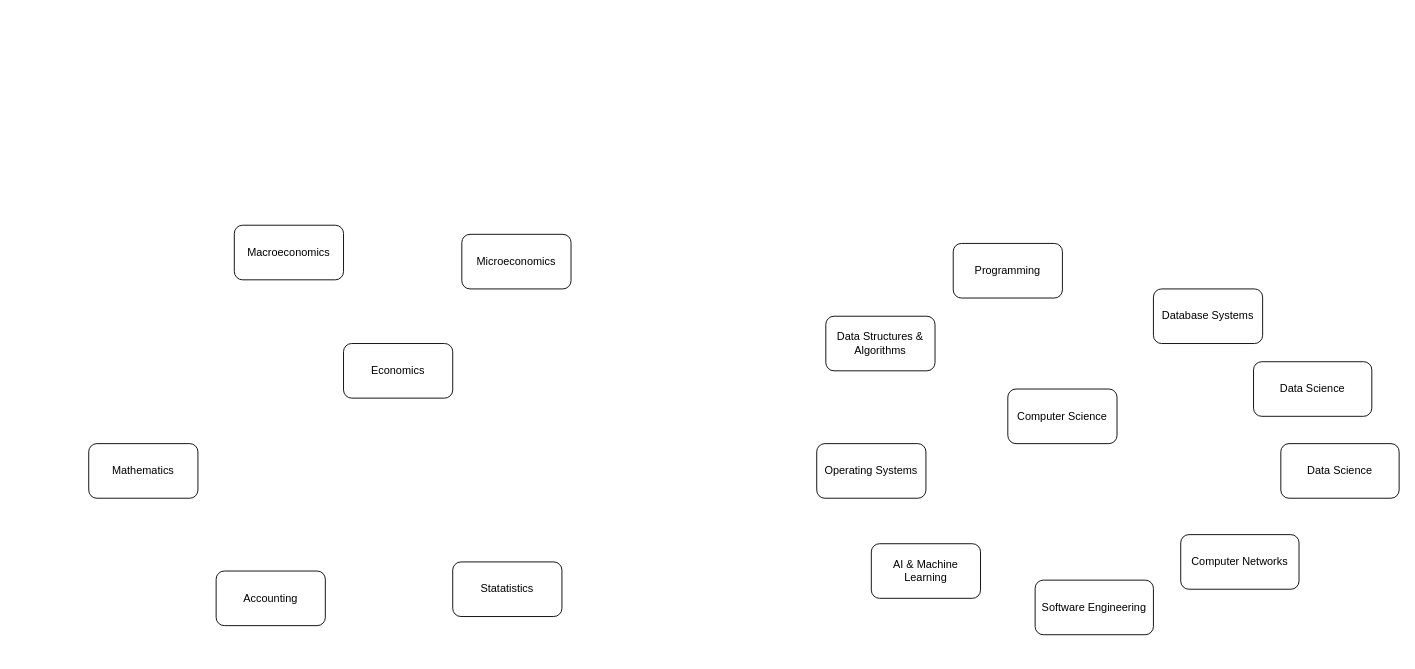
This is understanding-averything-software.drawio from chavp/data-modeling, a draw.io file, before an edit. Source tidied: cells renumbered, new cells numbered last; positions are measured from the earlier drawing's top-left corner, leaving out a move shared by most shapes. Both pictures are drawn from the tidied source at 91%, with x=0, y=0 at pixel (88, 225).
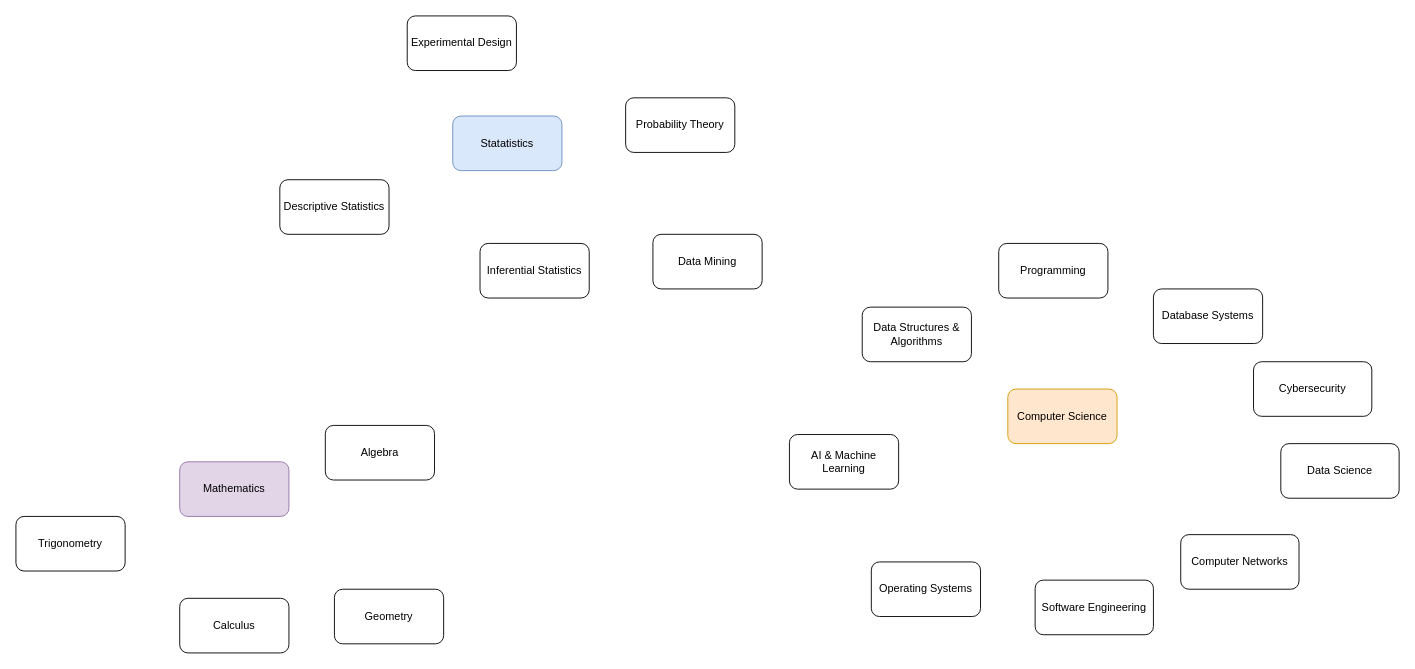
After the change.

What changed in the source:
```diff
@@
-    <mxCell id="2" value="Mathematics" style="rounded=1;whiteSpace=wrap;html=1;" parent="1" vertex="1">
-      <mxGeometry y="240" width="120" height="60" as="geometry" />
+    <mxCell id="2" value="Mathematics" style="rounded=1;whiteSpace=wrap;html=1;fillColor=#e1d5e7;strokeColor=#9673a6;" parent="1" vertex="1">
+      <mxGeometry x="100" y="260" width="120" height="60" as="geometry" />
     </mxCell>
-    <mxCell id="3" value="Statatistics" style="rounded=1;whiteSpace=wrap;html=1;" parent="1" vertex="1">
-      <mxGeometry x="400" y="370" width="120" height="60" as="geometry" />
+    <mxCell id="3" value="Statatistics" style="rounded=1;whiteSpace=wrap;html=1;fillColor=#dae8fc;strokeColor=#6c8ebf;" parent="1" vertex="1">
+      <mxGeometry x="400" y="-120" width="120" height="60" as="geometry" />
     </mxCell>
-    <mxCell id="4" value="Computer Science" style="rounded=1;whiteSpace=wrap;html=1;" parent="1" vertex="1">
+    <mxCell id="4" value="Computer Science" style="rounded=1;whiteSpace=wrap;html=1;fillColor=#ffe6cc;strokeColor=#d79b00;" parent="1" vertex="1">
       <mxGeometry x="1010" y="180" width="120" height="60" as="geometry" />
     </mxCell>
-    <mxCell id="5" value="Economics" style="rounded=1;whiteSpace=wrap;html=1;" parent="1" vertex="1">
-      <mxGeometry x="280" y="130" width="120" height="60" as="geometry" />
-    </mxCell>
-    <mxCell id="6" value="Accounting" style="rounded=1;whiteSpace=wrap;html=1;" parent="1" vertex="1">
-      <mxGeometry x="140" y="380" width="120" height="60" as="geometry" />
-    </mxCell>
-    <mxCell id="7" value="Macroeconomics" style="rounded=1;whiteSpace=wrap;html=1;" parent="1" vertex="1">
-      <mxGeometry x="160" width="120" height="60" as="geometry" />
-    </mxCell>
-    <mxCell id="8" value="Microeconomics" style="rounded=1;whiteSpace=wrap;html=1;" parent="1" vertex="1">
-      <mxGeometry x="410" y="10" width="120" height="60" as="geometry" />
-    </mxCell>
     <mxCell id="9" value="Programming" style="rounded=1;whiteSpace=wrap;html=1;" parent="1" vertex="1">
-      <mxGeometry x="950" y="20" width="120" height="60" as="geometry" />
+      <mxGeometry x="1000" y="20" width="120" height="60" as="geometry" />
     </mxCell>
     <mxCell id="10" value="Data Structures &amp;amp; Algorithms" style="rounded=1;whiteSpace=wrap;html=1;" parent="1" vertex="1">
-      <mxGeometry x="810" y="100" width="120" height="60" as="geometry" />
+      <mxGeometry x="850" y="90" width="120" height="60" as="geometry" />
     </mxCell>
     <mxCell id="11" value="Operating Systems" style="rounded=1;whiteSpace=wrap;html=1;" parent="1" vertex="1">
-      <mxGeometry x="800" y="240" width="120" height="60" as="geometry" />
+      <mxGeometry x="860" y="370" width="120" height="60" as="geometry" />
     </mxCell>
@@
     <mxCell id="13" value="AI &amp;amp; Machine Learning" style="rounded=1;whiteSpace=wrap;html=1;" parent="1" vertex="1">
-      <mxGeometry x="860" y="350" width="120" height="60" as="geometry" />
+      <mxGeometry x="770" y="230" width="120" height="60" as="geometry" />
     </mxCell>
@@
-    <mxCell id="16" value="Data Science" style="rounded=1;whiteSpace=wrap;html=1;" parent="1" vertex="1">
+    <mxCell id="16" value="Cybersecurity" style="rounded=1;whiteSpace=wrap;html=1;" parent="1" vertex="1">
       <mxGeometry x="1280" y="150" width="130" height="60" as="geometry" />
     </mxCell>
@@
+    <mxCell id="18" value="Algebra" style="rounded=1;whiteSpace=wrap;html=1;" parent="1" vertex="1">
+      <mxGeometry x="260" y="220" width="120" height="60" as="geometry" />
+    </mxCell>
+    <mxCell id="19" value="Geometry" style="rounded=1;whiteSpace=wrap;html=1;" parent="1" vertex="1">
+      <mxGeometry x="270" y="400" width="120" height="60" as="geometry" />
+    </mxCell>
+    <mxCell id="20" value="Calculus" style="rounded=1;whiteSpace=wrap;html=1;" parent="1" vertex="1">
+      <mxGeometry x="100" y="410" width="120" height="60" as="geometry" />
+    </mxCell>
+    <mxCell id="21" value="Trigonometry" style="rounded=1;whiteSpace=wrap;html=1;" parent="1" vertex="1">
+      <mxGeometry x="-80" y="320" width="120" height="60" as="geometry" />
+    </mxCell>
+    <mxCell id="22" value="Descriptive Statistics" style="rounded=1;whiteSpace=wrap;html=1;" parent="1" vertex="1">
+      <mxGeometry x="210" y="-50" width="120" height="60" as="geometry" />
+    </mxCell>
+    <mxCell id="23" value="Inferential Statistics" style="rounded=1;whiteSpace=wrap;html=1;" parent="1" vertex="1">
+      <mxGeometry x="430" y="20" width="120" height="60" as="geometry" />
+    </mxCell>
+    <mxCell id="24" value="Probability Theory" style="rounded=1;whiteSpace=wrap;html=1;" parent="1" vertex="1">
+      <mxGeometry x="590" y="-140" width="120" height="60" as="geometry" />
+    </mxCell>
+    <mxCell id="25" value="Experimental Design" style="rounded=1;whiteSpace=wrap;html=1;" parent="1" vertex="1">
+      <mxGeometry x="350" y="-230" width="120" height="60" as="geometry" />
+    </mxCell>
+    <mxCell id="26" value="Data Mining" style="rounded=1;whiteSpace=wrap;html=1;" parent="1" vertex="1">
+      <mxGeometry x="620" y="10" width="120" height="60" as="geometry" />
+    </mxCell>
```
